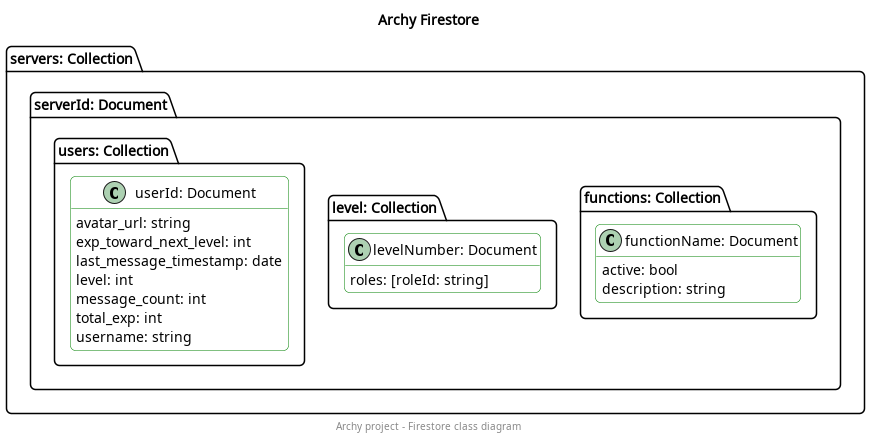
ArmandBriere/Archy keeps this PlantUML diagram as firebase/firestore_diagram/classDiagram.png. Above is the earlier version.
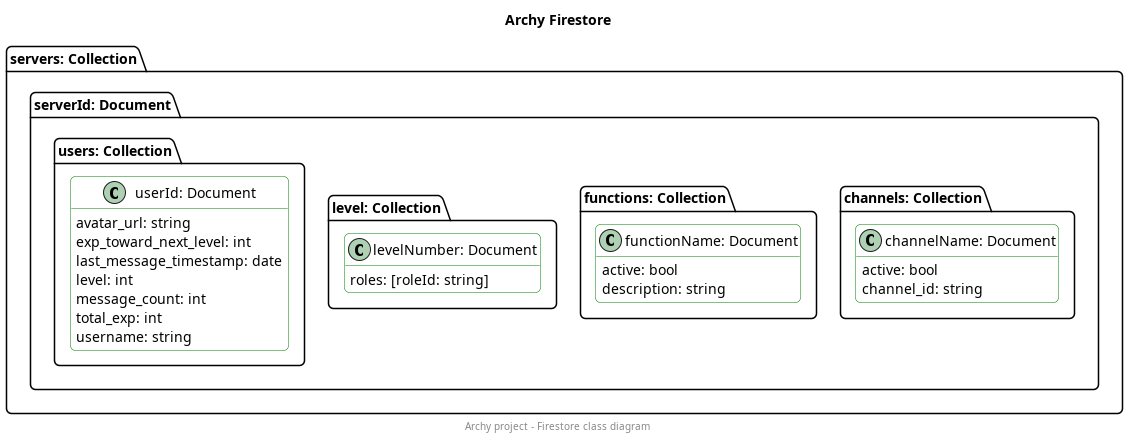
After the commit.

Commit message:
+ add channels to firestore

What changed in the source:
```diff
@@ -10,6 +10,13 @@
 
 folder "servers: Collection" {
     folder "serverId: Document" {
+        folder "channels: Collection" {
+            class "channelName: Document" {
+                active: bool
+                channel_id: string
+            }
+        }
+
         folder "functions: Collection" {
             class "functionName: Document" {
                 active: bool
```
